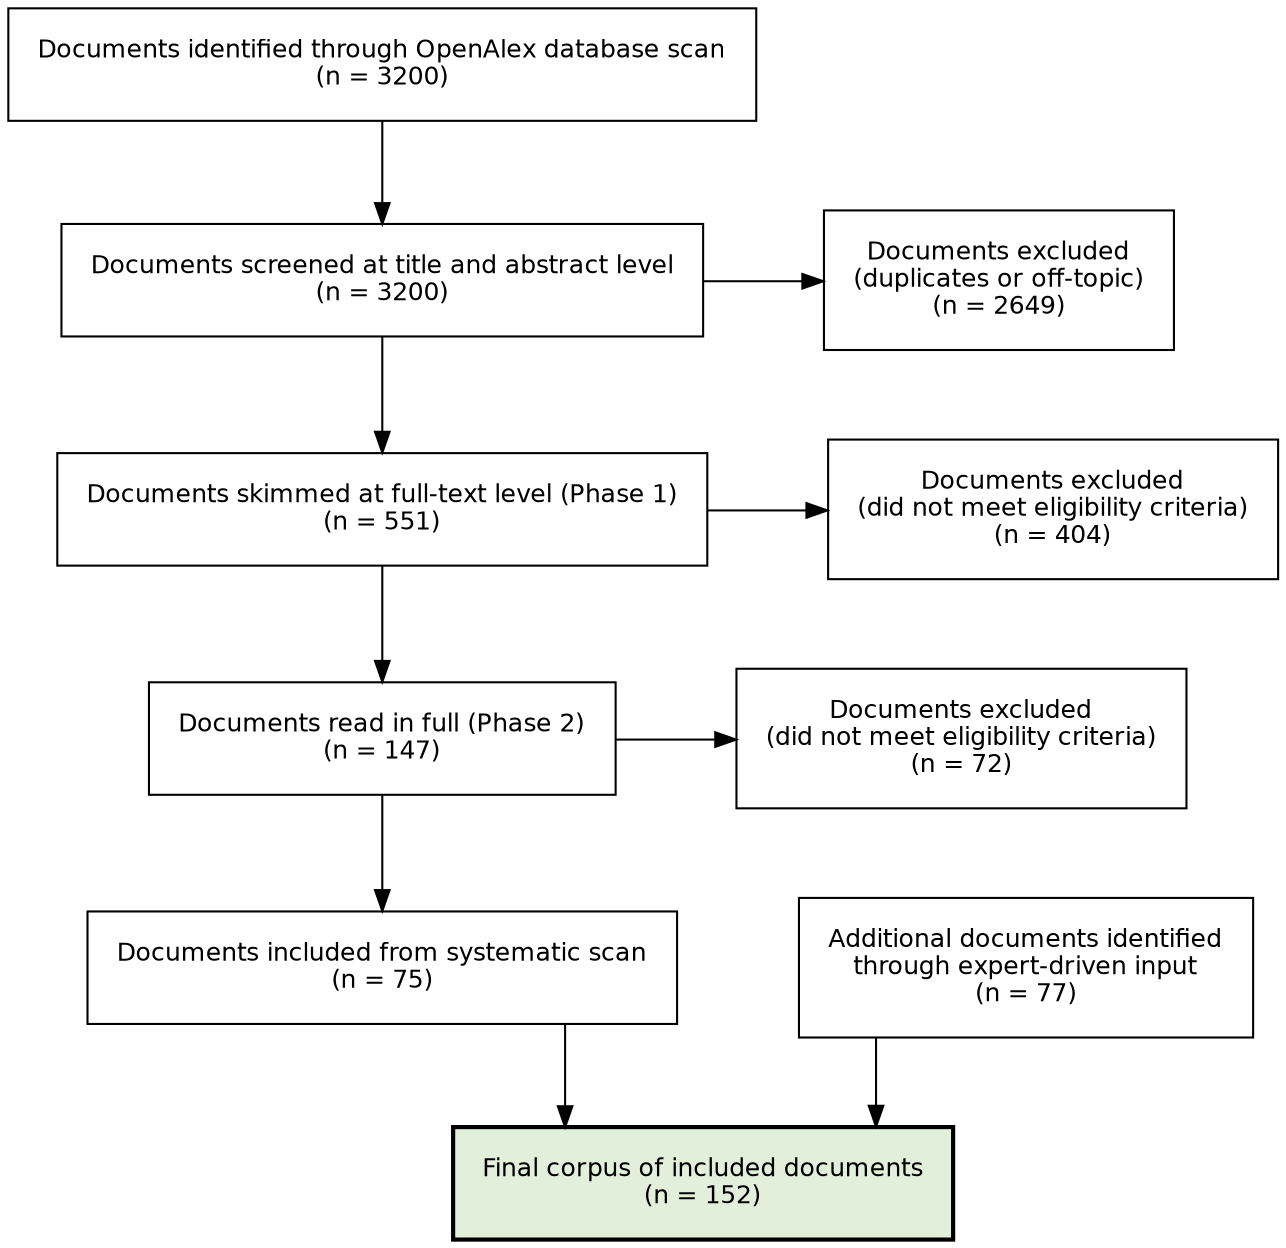
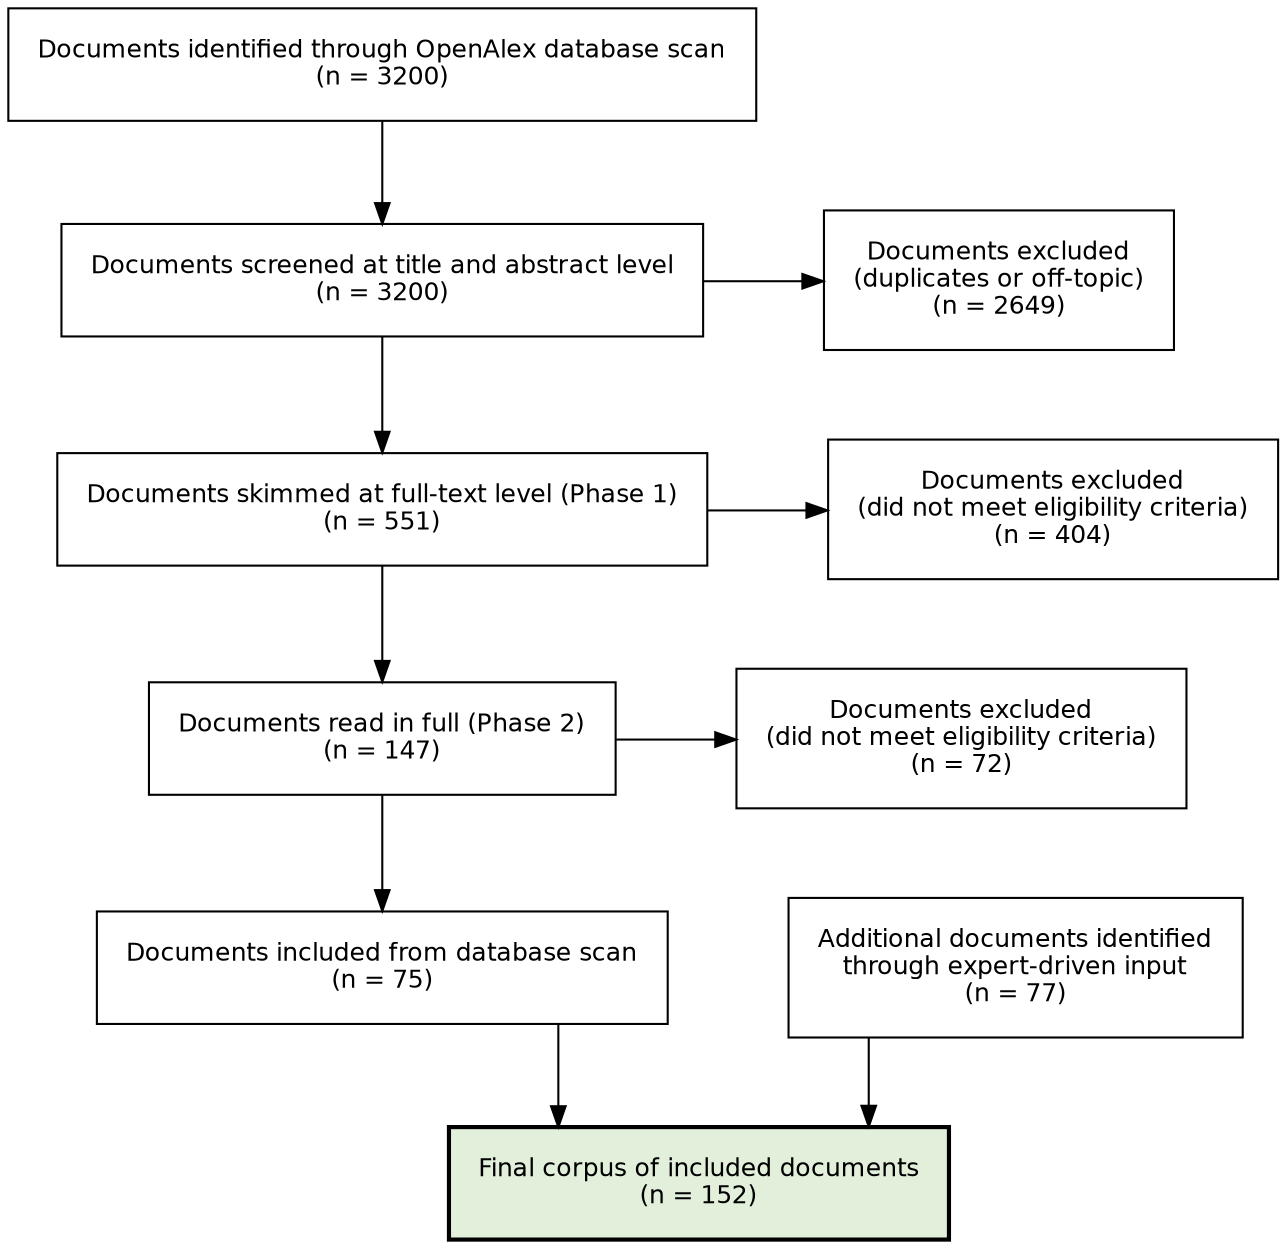
digraph PRISMA {
    // Graph settings
    graph [rankdir=TB, splines=ortho, nodesep=0.8, ranksep=0.6];
    node [shape=box, fontname="Helvetica", fontsize=12, margin=0.2, style=filled, fillcolor=white];
    edge [fontname="Helvetica", fontsize=10];

    // Node Definitions
    A [label="Documents identified through OpenAlex database scan\n(n = 3200)"];

    B [label="Documents screened at title and abstract level\n(n = 3200)"];
    C [label="Documents excluded\n(duplicates or off-topic)\n(n = 2649)"];

    D [label="Documents skimmed at full-text level (Phase 1)\n(n = 551)"];
    E [label="Documents excluded\n(did not meet eligibility criteria)\n(n = 404)"];

    F [label="Documents read in full (Phase 2)\n(n = 147)"];
    G [label="Documents excluded\n(did not meet eligibility criteria)\n(n = 72)"];

-     H [label="Documents included from systematic scan\n(n = 75)"];
+     H [label="Documents included from database scan\n(n = 75)"];
    I [label="Additional documents identified\nthrough expert-driven input\n(n = 77)"];

    J [label="Final corpus of included documents\n(n = 152)", fillcolor="#e2efda", penwidth=2];

    // Edge Connections
    A -> B;
    B -> D;
    B -> C;
    D -> F;
    D -> E;
    F -> H;
    F -> G;
    H -> J;
    I -> J;

    // Rank Alignments to mimic traditional PRISMA layout (exclusions to the right)
    {rank=same; B; C;}
    {rank=same; D; E;}
    {rank=same; F; G;}
    {rank=same; H; I;}
}